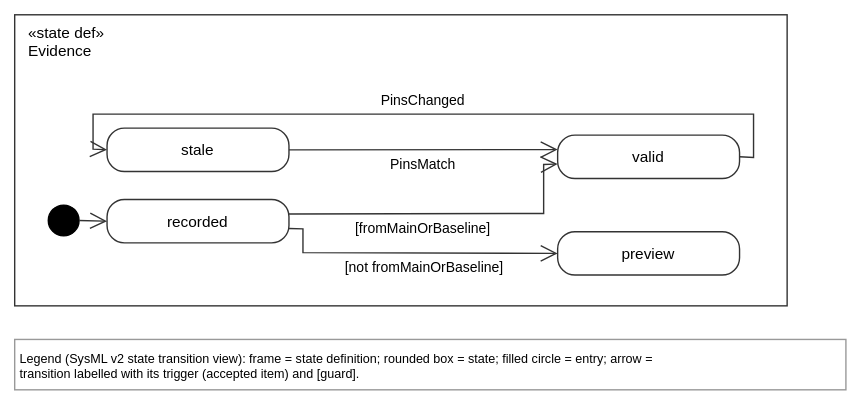
The draw.io diagram views/evidenceStatus.drawio.svg in tiacsys/xdmod, before a commit. Source tidied: cells renumbered, new cells last; positions are measured from the earlier drawing's top-left corner, leaving out a move shared by most shapes.
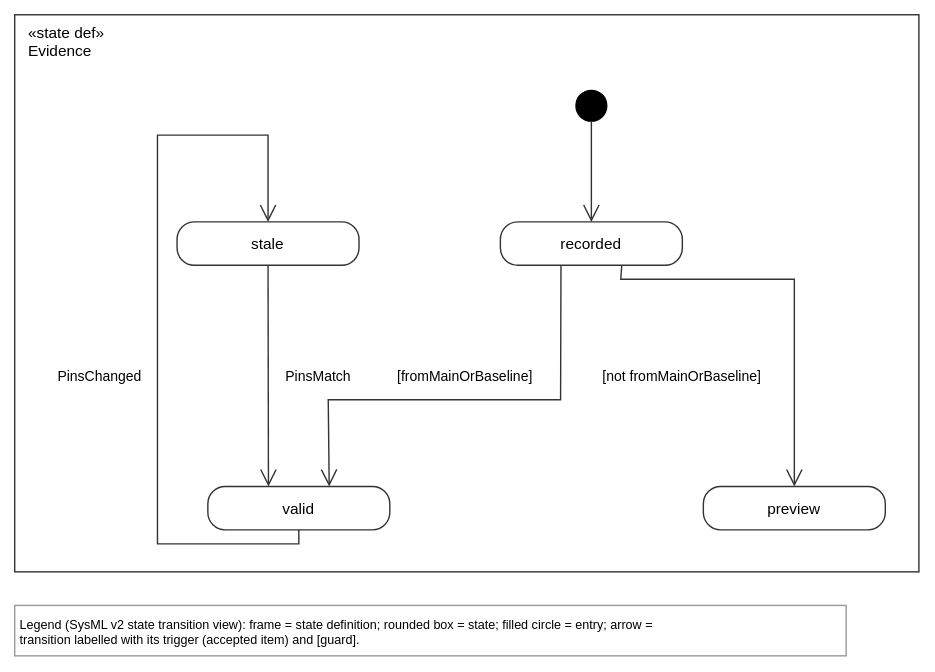
Above is the later version.

Change to the diagram source:
```diff
@@ -3,61 +3,61 @@
     <mxCell id="0" />
     <mxCell id="1" parent="0" />
     <mxCell id="2" value="«state def»&#10;Evidence" style="html=0;fontFamily=Helvetica;fontSize=11;strokeColor=#333333;rounded=0;verticalAlign=top;align=left;spacingLeft=8;fillColor=none;" parent="1" vertex="1">
-      <mxGeometry width="552" height="208" as="geometry" />
+      <mxGeometry width="646" height="398" as="geometry" />
     </mxCell>
     <mxCell id="3" value="Legend (SysML v2 state transition view): frame = state definition; rounded box = state; filled circle = entry; arrow =&#10;transition labelled with its trigger (accepted item) and [guard]." style="text;html=0;align=left;verticalAlign=top;fontFamily=Helvetica;fontSize=9;fillColor=#FFFFFF;strokeColor=#999999;spacing=4;" parent="1" vertex="1">
-      <mxGeometry y="232" width="594" height="36" as="geometry" />
+      <mxGeometry y="422" width="594" height="36" as="geometry" />
     </mxCell>
     <mxCell id="4" style="ellipse;html=0;fillColor=#000000;strokeColor=#000000;noLabel=1;" parent="2" vertex="1">
-      <mxGeometry x="24" y="136" width="22" height="22" as="geometry" />
+      <mxGeometry x="401" y="54" width="22" height="22" as="geometry" />
     </mxCell>
     <mxCell id="5" value="preview" style="html=0;fontFamily=Helvetica;fontSize=11;strokeColor=#333333;rounded=1;arcSize=40;fillColor=#FFFFFF;" parent="2" vertex="1">
-      <mxGeometry x="388" y="155" width="130" height="31" as="geometry" />
+      <mxGeometry x="492" y="337" width="130" height="31" as="geometry" />
     </mxCell>
     <mxCell id="6" value="recorded" style="html=0;fontFamily=Helvetica;fontSize=11;strokeColor=#333333;rounded=1;arcSize=40;fillColor=#FFFFFF;" parent="2" vertex="1">
-      <mxGeometry x="66" y="132" width="130" height="31" as="geometry" />
+      <mxGeometry x="347" y="148" width="130" height="31" as="geometry" />
     </mxCell>
     <mxCell id="7" value="stale" style="html=0;fontFamily=Helvetica;fontSize=11;strokeColor=#333333;rounded=1;arcSize=40;fillColor=#FFFFFF;" parent="2" vertex="1">
-      <mxGeometry x="66" y="81" width="130" height="31" as="geometry" />
+      <mxGeometry x="116" y="148" width="130" height="31" as="geometry" />
     </mxCell>
     <mxCell id="8" value="valid" style="html=0;fontFamily=Helvetica;fontSize=11;strokeColor=#333333;rounded=1;arcSize=40;fillColor=#FFFFFF;" parent="2" vertex="1">
-      <mxGeometry x="388" y="86" width="130" height="31" as="geometry" />
+      <mxGeometry x="138" y="337" width="130" height="31" as="geometry" />
     </mxCell>
-    <mxCell id="9" style="html=0;rounded=0;endSize=10;startSize=14;fontFamily=Helvetica;fontSize=10;labelBackgroundColor=#FFFFFF;strokeColor=#333333;endArrow=open;exitX=1.000;exitY=0.500;exitDx=0;exitDy=0;exitPerimeter=0;entryX=0.000;entryY=0.500;entryDx=0;entryDy=0;entryPerimeter=0;" parent="1" edge="1" source="4" target="6">
+    <mxCell id="9" style="html=0;rounded=0;endSize=10;startSize=14;fontFamily=Helvetica;fontSize=10;labelBackgroundColor=#FFFFFF;strokeColor=#333333;endArrow=open;exitX=0.500;exitY=1.000;exitDx=0;exitDy=0;exitPerimeter=0;entryX=0.500;entryY=0.000;entryDx=0;entryDy=0;entryPerimeter=0;" parent="1" edge="1" source="4" target="6">
       <mxGeometry relative="1" as="geometry" />
     </mxCell>
-    <mxCell id="10" value="[not fromMainOrBaseline]" style="html=0;rounded=0;endSize=10;startSize=14;fontFamily=Helvetica;fontSize=10;labelBackgroundColor=#FFFFFF;strokeColor=#333333;endArrow=open;exitX=1.000;exitY=0.667;exitDx=0;exitDy=0;exitPerimeter=0;entryX=0.000;entryY=0.500;entryDx=0;entryDy=0;entryPerimeter=0;" parent="1" edge="1" source="6" target="5">
+    <mxCell id="10" value="[not fromMainOrBaseline]" style="html=0;rounded=0;endSize=10;startSize=14;fontFamily=Helvetica;fontSize=10;labelBackgroundColor=#FFFFFF;strokeColor=#333333;endArrow=open;exitX=0.667;exitY=1.000;exitDx=0;exitDy=0;exitPerimeter=0;entryX=0.500;entryY=0.000;entryDx=0;entryDy=0;entryPerimeter=0;" parent="1" edge="1" source="6" target="5">
       <mxGeometry relative="1" as="geometry">
         <Array as="points">
-          <mxPoint x="206" y="153" />
-          <mxPoint x="206" y="170" />
+          <mxPoint x="433" y="189" />
+          <mxPoint x="557" y="189" />
         </Array>
-        <mxPoint x="9" y="10" as="offset" />
+        <mxPoint x="-80" y="62" as="offset" />
       </mxGeometry>
     </mxCell>
-    <mxCell id="11" value="[fromMainOrBaseline]" style="html=0;rounded=0;endSize=10;startSize=14;fontFamily=Helvetica;fontSize=10;labelBackgroundColor=#FFFFFF;strokeColor=#333333;endArrow=open;exitX=1.000;exitY=0.333;exitDx=0;exitDy=0;exitPerimeter=0;entryX=0.000;entryY=0.667;entryDx=0;entryDy=0;entryPerimeter=0;" parent="1" edge="1" source="6" target="8">
+    <mxCell id="11" value="[fromMainOrBaseline]" style="html=0;rounded=0;endSize=10;startSize=14;fontFamily=Helvetica;fontSize=10;labelBackgroundColor=#FFFFFF;strokeColor=#333333;endArrow=open;exitX=0.333;exitY=1.000;exitDx=0;exitDy=0;exitPerimeter=0;entryX=0.667;entryY=0.000;entryDx=0;entryDy=0;entryPerimeter=0;" parent="1" edge="1" source="6" target="8">
       <mxGeometry relative="1" as="geometry">
         <Array as="points">
-          <mxPoint x="378" y="142" />
-          <mxPoint x="378" y="107" />
+          <mxPoint x="390" y="275" />
+          <mxPoint x="224" y="275" />
         </Array>
-        <mxPoint x="-18" y="10" as="offset" />
+        <mxPoint x="-2" y="-17" as="offset" />
       </mxGeometry>
     </mxCell>
-    <mxCell id="12" value="PinsMatch" style="html=0;rounded=0;endSize=10;startSize=14;fontFamily=Helvetica;fontSize=10;labelBackgroundColor=#FFFFFF;strokeColor=#333333;endArrow=open;exitX=1.000;exitY=0.500;exitDx=0;exitDy=0;exitPerimeter=0;entryX=0.000;entryY=0.333;entryDx=0;entryDy=0;entryPerimeter=0;" parent="1" edge="1" source="7" target="8">
+    <mxCell id="12" value="PinsMatch" style="html=0;rounded=0;endSize=10;startSize=14;fontFamily=Helvetica;fontSize=10;labelBackgroundColor=#FFFFFF;strokeColor=#333333;endArrow=open;exitX=0.500;exitY=1.000;exitDx=0;exitDy=0;exitPerimeter=0;entryX=0.333;entryY=0.000;entryDx=0;entryDy=0;entryPerimeter=0;" parent="1" edge="1" source="7" target="8">
       <mxGeometry relative="1" as="geometry">
-        <mxPoint y="10" as="offset" />
+        <mxPoint x="36" as="offset" />
       </mxGeometry>
     </mxCell>
-    <mxCell id="13" value="PinsChanged" style="html=0;rounded=0;endSize=10;startSize=14;fontFamily=Helvetica;fontSize=10;labelBackgroundColor=#FFFFFF;strokeColor=#333333;endArrow=open;exitX=1.000;exitY=0.500;exitDx=0;exitDy=0;exitPerimeter=0;entryX=0.000;entryY=0.500;entryDx=0;entryDy=0;entryPerimeter=0;" parent="1" edge="1" source="8" target="7">
+    <mxCell id="13" value="PinsChanged" style="html=0;rounded=0;endSize=10;startSize=14;fontFamily=Helvetica;fontSize=10;labelBackgroundColor=#FFFFFF;strokeColor=#333333;endArrow=open;exitX=0.500;exitY=1.000;exitDx=0;exitDy=0;exitPerimeter=0;entryX=0.500;entryY=0.000;entryDx=0;entryDy=0;entryPerimeter=0;" parent="1" edge="1" source="8" target="7">
       <mxGeometry relative="1" as="geometry">
         <Array as="points">
-          <mxPoint x="528" y="102" />
-          <mxPoint x="528" y="71" />
-          <mxPoint x="56" y="71" />
-          <mxPoint x="56" y="96" />
+          <mxPoint x="203" y="378" />
+          <mxPoint x="102" y="378" />
+          <mxPoint x="102" y="86" />
+          <mxPoint x="181" y="86" />
         </Array>
-        <mxPoint x="-3" y="-10" as="offset" />
+        <mxPoint x="-41" y="41" as="offset" />
       </mxGeometry>
     </mxCell>
   </root>
```
